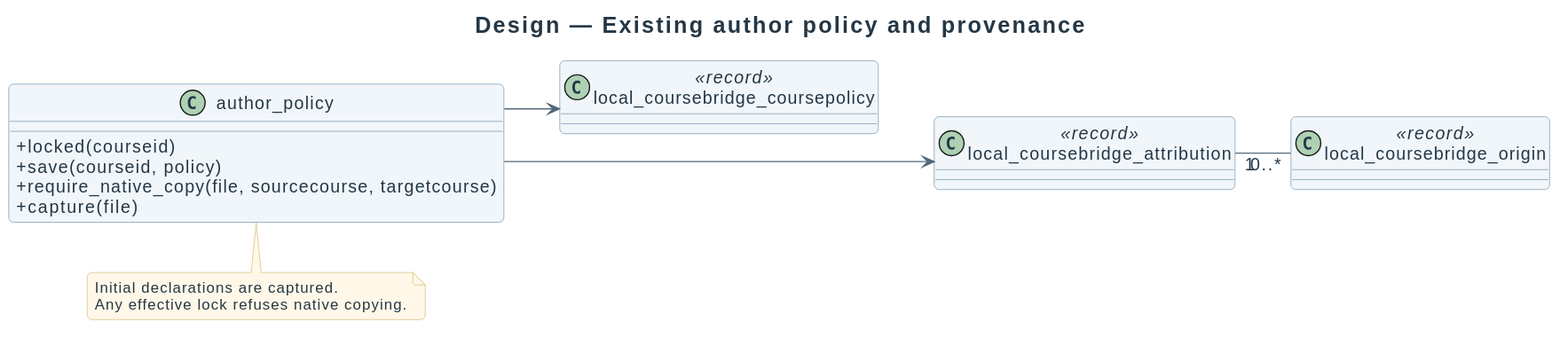
Above: docs/diagrams/design/authorship-classes.svg in didactika/moodle-local_coursefiles (PlantUML), before the change. The source it was exported from:
```plantuml
@startuml
!include ../_style.puml
title Design — Existing author policy and provenance
left to right direction
class author_policy {
  + locked(courseid)
  + save(courseid, policy)
  + require_native_copy(file, sourcecourse, targetcourse)
  + capture(file)
}
class "local_coursebridge_coursepolicy" as Policy <<record>>
class "local_coursebridge_attribution" as Attribution <<record>>
class "local_coursebridge_origin" as Origin <<record>>
author_policy --> Policy
author_policy --> Attribution
Attribution "1" -- "0..*" Origin
Policy -[hidden]down-> Attribution
note bottom of author_policy
Initial declarations are captured.
Any effective lock refuses native copying.
end note
@enduml
```
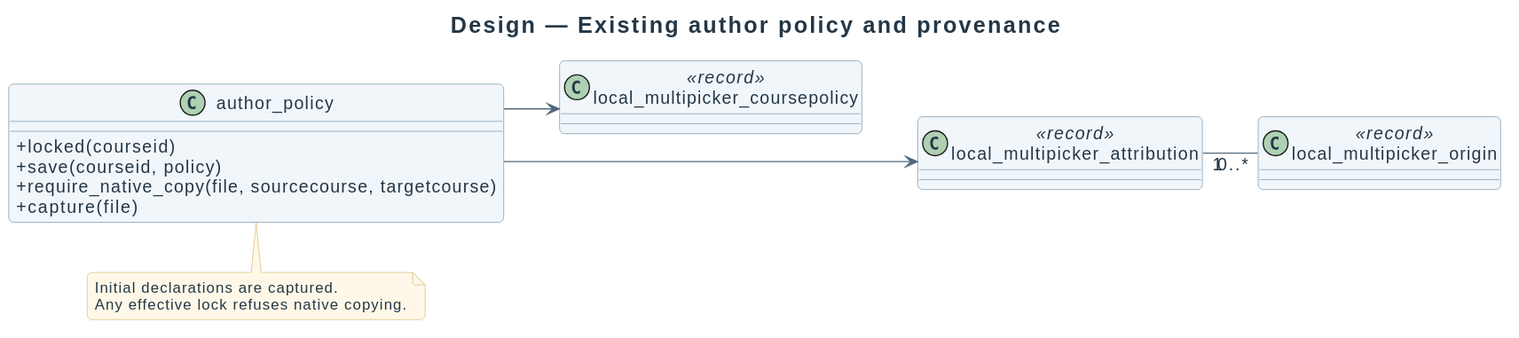
After the commit.

The edit, as a diff of the source:
```diff
@@ -8,9 +8,9 @@
   + require_native_copy(file, sourcecourse, targetcourse)
   + capture(file)
 }
-class "local_coursebridge_coursepolicy" as Policy <<record>>
-class "local_coursebridge_attribution" as Attribution <<record>>
-class "local_coursebridge_origin" as Origin <<record>>
+class "local_multipicker_coursepolicy" as Policy <<record>>
+class "local_multipicker_attribution" as Attribution <<record>>
+class "local_multipicker_origin" as Origin <<record>>
 author_policy --> Policy
 author_policy --> Attribution
 Attribution "1" -- "0..*" Origin
```
